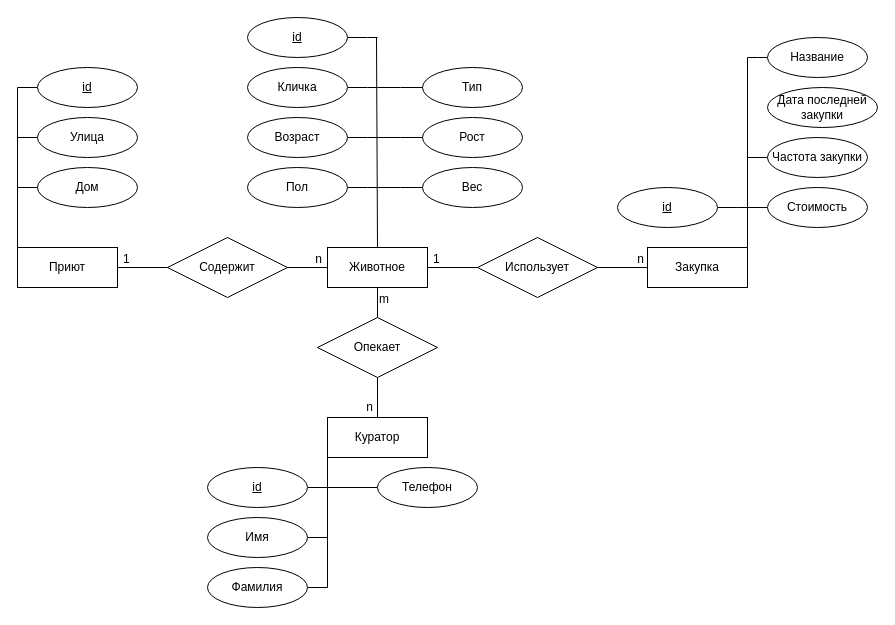
Earlier version of the draw.io diagram diagrams/ER.drawio (Laiika/bmstu-iu7-sd). Source tidied: cells renumbered, new cells numbered last; positions are measured from the earlier drawing's top-left corner, leaving out a move shared by most shapes. Both pictures are drawn from the tidied source at 100%, with x=0, y=0 at pixel (17, 17).
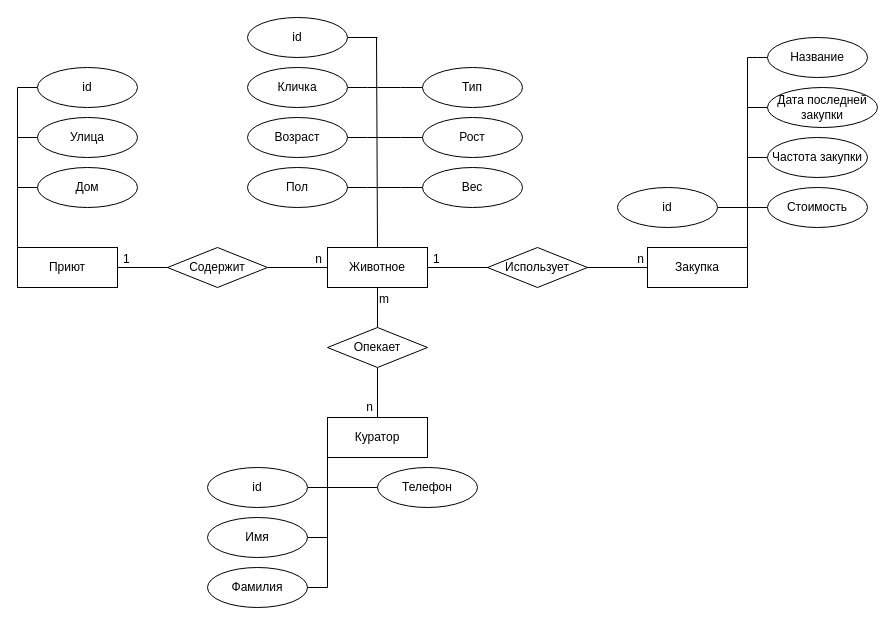
After the change.

Unchanged cells that the change refers to:
```xml
<mxCell id="3" value="Куратор" style="whiteSpace=wrap;html=1;align=center;" parent="1" vertex="1">
  <mxGeometry x="310" y="400" width="100" height="40" as="geometry" />
</mxCell>
<mxCell id="52" value="Дата последней&lt;br&gt;закупки" style="ellipse;whiteSpace=wrap;html=1;align=center;" parent="1" vertex="1">
  <mxGeometry x="750" y="70" width="110" height="40" as="geometry" />
</mxCell>
<mxCell id="55" value="Животное" style="whiteSpace=wrap;html=1;align=center;" parent="1" vertex="1">
  <mxGeometry x="310" y="230" width="100" height="40" as="geometry" />
</mxCell>
```

What changed in the source:
```diff
@@
-    <mxCell id="5" style="endArrow=none;html=1;rounded=0;entryX=0.5;entryY=0;entryDx=0;entryDy=0;exitX=0.5;exitY=1;exitDx=0;exitDy=0;" parent="1" edge="1" source="55" target="3">
+    <mxCell id="5" style="endArrow=none;html=1;rounded=0;entryX=0.5;entryY=0;entryDx=0;entryDy=0;exitX=0.5;exitY=1;exitDx=0;exitDy=0;" parent="1" edge="1" source="8" target="3">
       <mxGeometry relative="1" as="geometry" />
     </mxCell>
-    <mxCell id="6" value="m" style="html=1;align=left;verticalAlign=bottom;" parent="5" vertex="1">
-      <mxGeometry x="-1" relative="1" as="geometry">
-        <mxPoint y="20" as="offset" />
-      </mxGeometry>
-    </mxCell>
@@
-    <mxCell id="8" value="Опекает" style="shape=rhombus;perimeter=rhombusPerimeter;whiteSpace=wrap;html=1;align=center;" parent="1" vertex="1">
-      <mxGeometry x="300" y="300" width="120" height="60" as="geometry" />
-    </mxCell>
@@
     <mxCell id="11" value="Содержит" style="shape=rhombus;perimeter=rhombusPerimeter;whiteSpace=wrap;html=1;align=center;" parent="1" vertex="1">
-      <mxGeometry x="150" y="220" width="120" height="60" as="geometry" />
+      <mxGeometry x="150" y="230" width="100" height="40" as="geometry" />
     </mxCell>
@@
     <mxCell id="16" value="Использует" style="shape=rhombus;perimeter=rhombusPerimeter;whiteSpace=wrap;html=1;align=center;" parent="1" vertex="1">
-      <mxGeometry x="460" y="220" width="120" height="60" as="geometry" />
+      <mxGeometry x="470" y="230" width="100" height="40" as="geometry" />
     </mxCell>
@@
-    <mxCell id="21" style="edgeStyle=orthogonalEdgeStyle;rounded=0;jettySize=auto;html=1;exitX=0;exitY=0.5;exitDx=0;exitDy=0;endArrow=none;endFill=0;" parent="1" edge="1" source="47">
+    <mxCell id="21" style="edgeStyle=orthogonalEdgeStyle;rounded=0;orthogonalLoop=1;jettySize=auto;html=1;exitX=0;exitY=0.5;exitDx=0;exitDy=0;endArrow=none;endFill=0;" parent="1" edge="1">
       <mxGeometry relative="1" as="geometry">
+        <mxPoint x="20" y="70" as="sourcePoint" />
         <mxPoint y="70" as="targetPoint" />
       </mxGeometry>
     </mxCell>
@@
-    <mxCell id="26" style="edgeStyle=orthogonalEdgeStyle;rounded=0;jettySize=auto;html=1;endArrow=none;endFill=0;" parent="1" edge="1" source="27">
+    <mxCell id="26" style="edgeStyle=orthogonalEdgeStyle;rounded=0;orthogonalLoop=1;jettySize=auto;html=1;endArrow=none;endFill=0;" parent="1" edge="1">
       <mxGeometry relative="1" as="geometry">
+        <mxPoint x="330" y="20" as="sourcePoint" />
         <mxPoint x="360" y="20" as="targetPoint" />
       </mxGeometry>
     </mxCell>
-    <mxCell id="27" value="id" style="ellipse;whiteSpace=wrap;html=1;align=center;fontStyle=4;" parent="1" vertex="1">
-      <mxGeometry x="230" width="100" height="40" as="geometry" />
-    </mxCell>
@@
-    <mxCell id="39" style="edgeStyle=orthogonalEdgeStyle;rounded=0;jettySize=auto;html=1;endArrow=none;endFill=0;" parent="1" edge="1" source="40">
+    <mxCell id="39" style="edgeStyle=orthogonalEdgeStyle;rounded=0;orthogonalLoop=1;jettySize=auto;html=1;endArrow=none;endFill=0;" parent="1" edge="1">
       <mxGeometry relative="1" as="geometry">
+        <mxPoint x="290" y="470" as="sourcePoint" />
         <mxPoint x="310" y="470" as="targetPoint" />
       </mxGeometry>
     </mxCell>
-    <mxCell id="40" value="id" style="ellipse;whiteSpace=wrap;html=1;align=center;fontStyle=4;" parent="1" vertex="1">
-      <mxGeometry x="190" y="450" width="100" height="40" as="geometry" />
-    </mxCell>
@@
-    <mxCell id="47" value="id" style="ellipse;whiteSpace=wrap;html=1;align=center;fontStyle=4;" parent="1" vertex="1">
-      <mxGeometry x="20" y="50" width="100" height="40" as="geometry" />
-    </mxCell>
@@
-    <mxCell id="50" style="edgeStyle=orthogonalEdgeStyle;rounded=0;jettySize=auto;html=1;endArrow=none;endFill=0;" parent="1" edge="1" source="51">
+    <mxCell id="50" style="edgeStyle=orthogonalEdgeStyle;rounded=0;orthogonalLoop=1;jettySize=auto;html=1;endArrow=none;endFill=0;" parent="1" edge="1">
       <mxGeometry relative="1" as="geometry">
+        <mxPoint x="700" y="190" as="sourcePoint" />
         <mxPoint x="730" y="190" as="targetPoint" />
       </mxGeometry>
     </mxCell>
-    <mxCell id="51" value="id" style="ellipse;whiteSpace=wrap;html=1;align=center;fontStyle=4;" parent="1" vertex="1">
-      <mxGeometry x="600" y="170" width="100" height="40" as="geometry" />
-    </mxCell>
@@
+    <mxCell id="60" style="edgeStyle=orthogonalEdgeStyle;rounded=0;jettySize=auto;html=1;endArrow=none;endFill=0;exitX=0;exitY=0.5;exitDx=0;exitDy=0;" parent="1" edge="1" source="52">
+      <mxGeometry relative="1" as="geometry">
+        <mxPoint x="730" y="90" as="targetPoint" />
+      </mxGeometry>
+    </mxCell>
+    <mxCell id="61" style="endArrow=none;html=1;rounded=0;entryX=0.5;entryY=0;entryDx=0;entryDy=0;exitX=0.5;exitY=1;exitDx=0;exitDy=0;" parent="1" edge="1" source="55" target="8">
+      <mxGeometry relative="1" as="geometry" />
+    </mxCell>
+    <mxCell id="6" value="m" style="html=1;align=left;verticalAlign=bottom;" parent="61" vertex="1">
+      <mxGeometry x="-1" relative="1" as="geometry">
+        <mxPoint y="20" as="offset" />
+      </mxGeometry>
+    </mxCell>
+    <mxCell id="8" value="Опекает" style="shape=rhombus;perimeter=rhombusPerimeter;whiteSpace=wrap;html=1;align=center;" parent="1" vertex="1">
+      <mxGeometry x="310" y="310" width="100" height="40" as="geometry" />
+    </mxCell>
+    <mxCell id="62" value="id" style="ellipse;whiteSpace=wrap;html=1;align=center;" parent="1" vertex="1">
+      <mxGeometry x="230" width="100" height="40" as="geometry" />
+    </mxCell>
+    <mxCell id="63" value="id" style="ellipse;whiteSpace=wrap;html=1;align=center;" parent="1" vertex="1">
+      <mxGeometry x="600" y="170" width="100" height="40" as="geometry" />
+    </mxCell>
+    <mxCell id="64" value="id" style="ellipse;whiteSpace=wrap;html=1;align=center;" parent="1" vertex="1">
+      <mxGeometry x="190" y="450" width="100" height="40" as="geometry" />
+    </mxCell>
+    <mxCell id="65" value="id" style="ellipse;whiteSpace=wrap;html=1;align=center;" parent="1" vertex="1">
+      <mxGeometry x="20" y="50" width="100" height="40" as="geometry" />
+    </mxCell>
```
